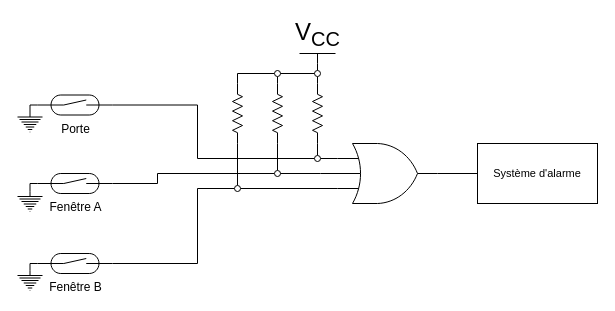
Before: 1A5/Cours/Figure_3-25.drawio in JoseForest-CLJ/Draw.io-files, a draw.io diagram. Source tidied: cells renumbered, new cells numbered last; positions are measured from the earlier drawing's top-left corner, leaving out a move shared by most shapes. Both pictures are drawn from the tidied source at 100%, with x=0, y=0 at pixel (17, 53).
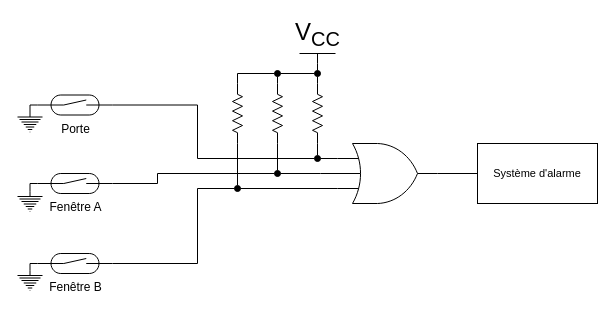
After the change.

Commit message:
Mettre à jour Figure_3-25.drawio

The edit, as a diff of the source:
```diff
@@
-    <mxCell id="19" style="verticalLabelPosition=bottom;shadow=0;dashed=0;align=center;html=1;verticalAlign=top;strokeWidth=1;shape=ellipse;perimeter=ellipsePerimeter;fontFamily=Helvetica;fontSize=11;fontColor=default;labelBackgroundColor=default;fillStyle=solid;fillColor=light-dark(#FFFFFF,#FFFFFF);" parent="1" vertex="1">
+    <mxCell id="19" style="verticalLabelPosition=bottom;shadow=0;dashed=0;align=center;html=1;verticalAlign=top;strokeWidth=1;shape=ellipse;perimeter=ellipsePerimeter;fontFamily=Helvetica;fontSize=11;fontColor=default;labelBackgroundColor=default;fillStyle=solid;fillColor=#000000;" parent="1" vertex="1">
       <mxGeometry x="297" y="102" width="6" height="6" as="geometry" />
     </mxCell>
@@
-    <mxCell id="21" style="verticalLabelPosition=bottom;shadow=0;dashed=0;align=center;html=1;verticalAlign=top;strokeWidth=1;shape=ellipse;perimeter=ellipsePerimeter;fontFamily=Helvetica;fontSize=11;fontColor=default;labelBackgroundColor=default;fillStyle=solid;fillColor=light-dark(#FFFFFF,#FFFFFF);" parent="1" vertex="1">
+    <mxCell id="21" style="verticalLabelPosition=bottom;shadow=0;dashed=0;align=center;html=1;verticalAlign=top;strokeWidth=1;shape=ellipse;perimeter=ellipsePerimeter;fontFamily=Helvetica;fontSize=11;fontColor=default;labelBackgroundColor=default;fillStyle=solid;fillColor=#000000;" parent="1" vertex="1">
       <mxGeometry x="257" y="117" width="6" height="6" as="geometry" />
     </mxCell>
@@
-    <mxCell id="23" style="verticalLabelPosition=bottom;shadow=0;dashed=0;align=center;html=1;verticalAlign=top;strokeWidth=1;shape=ellipse;perimeter=ellipsePerimeter;fontFamily=Helvetica;fontSize=11;fontColor=default;labelBackgroundColor=default;fillStyle=solid;fillColor=light-dark(#FFFFFF,#FFFFFF);" parent="1" vertex="1">
+    <mxCell id="23" style="verticalLabelPosition=bottom;shadow=0;dashed=0;align=center;html=1;verticalAlign=top;strokeWidth=1;shape=ellipse;perimeter=ellipsePerimeter;fontFamily=Helvetica;fontSize=11;fontColor=default;labelBackgroundColor=default;fillStyle=solid;fillColor=#000000;" parent="1" vertex="1">
       <mxGeometry x="217" y="132" width="6" height="6" as="geometry" />
     </mxCell>
@@
-    <mxCell id="25" style="verticalLabelPosition=bottom;shadow=0;dashed=0;align=center;html=1;verticalAlign=top;strokeWidth=1;shape=ellipse;perimeter=ellipsePerimeter;fontFamily=Helvetica;fontSize=11;fontColor=default;labelBackgroundColor=default;fillStyle=solid;fillColor=light-dark(#FFFFFF,#FFFFFF);" parent="1" vertex="1">
+    <mxCell id="25" style="verticalLabelPosition=bottom;shadow=0;dashed=0;align=center;html=1;verticalAlign=top;strokeWidth=1;shape=ellipse;perimeter=ellipsePerimeter;fontFamily=Helvetica;fontSize=11;fontColor=default;labelBackgroundColor=default;fillStyle=solid;fillColor=#000000;" parent="1" vertex="1">
       <mxGeometry x="257" y="17" width="6" height="6" as="geometry" />
     </mxCell>
-    <mxCell id="26" style="verticalLabelPosition=bottom;shadow=0;dashed=0;align=center;html=1;verticalAlign=top;strokeWidth=1;shape=ellipse;perimeter=ellipsePerimeter;fontFamily=Helvetica;fontSize=11;fontColor=default;labelBackgroundColor=default;fillStyle=solid;fillColor=light-dark(#FFFFFF,#FFFFFF);" parent="1" vertex="1">
+    <mxCell id="26" style="verticalLabelPosition=bottom;shadow=0;dashed=0;align=center;html=1;verticalAlign=top;strokeWidth=1;shape=ellipse;perimeter=ellipsePerimeter;fontFamily=Helvetica;fontSize=11;fontColor=default;labelBackgroundColor=default;fillStyle=solid;fillColor=#000000;" parent="1" vertex="1">
       <mxGeometry x="297" y="17" width="6" height="6" as="geometry" />
     </mxCell>
```
